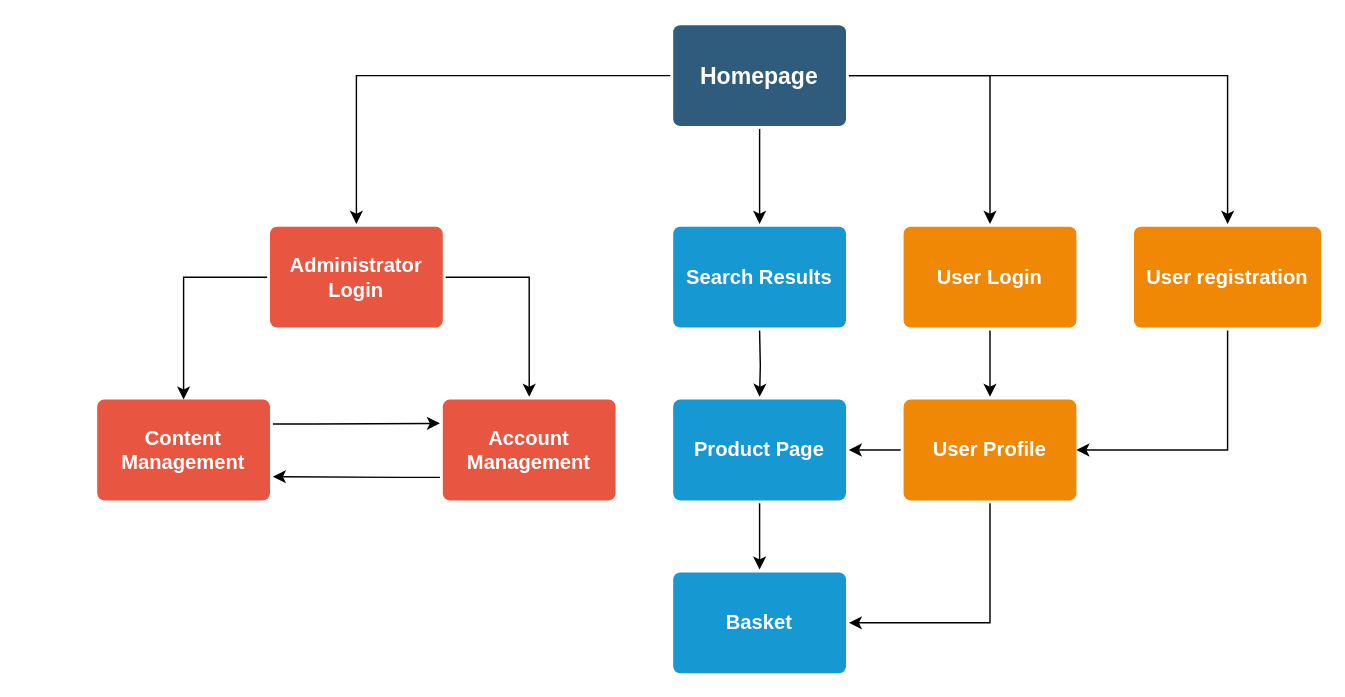
Above: Responsive Web Development/Sitemap.drawio in cogilv25/HND-CS (draw.io), before the change. Source tidied: cells renumbered, new cells numbered last; positions are measured from the earlier drawing's top-left corner, leaving out a move shared by most shapes. Both pictures are drawn from the tidied source at 144%, with x=0, y=0 at pixel (96, 24).
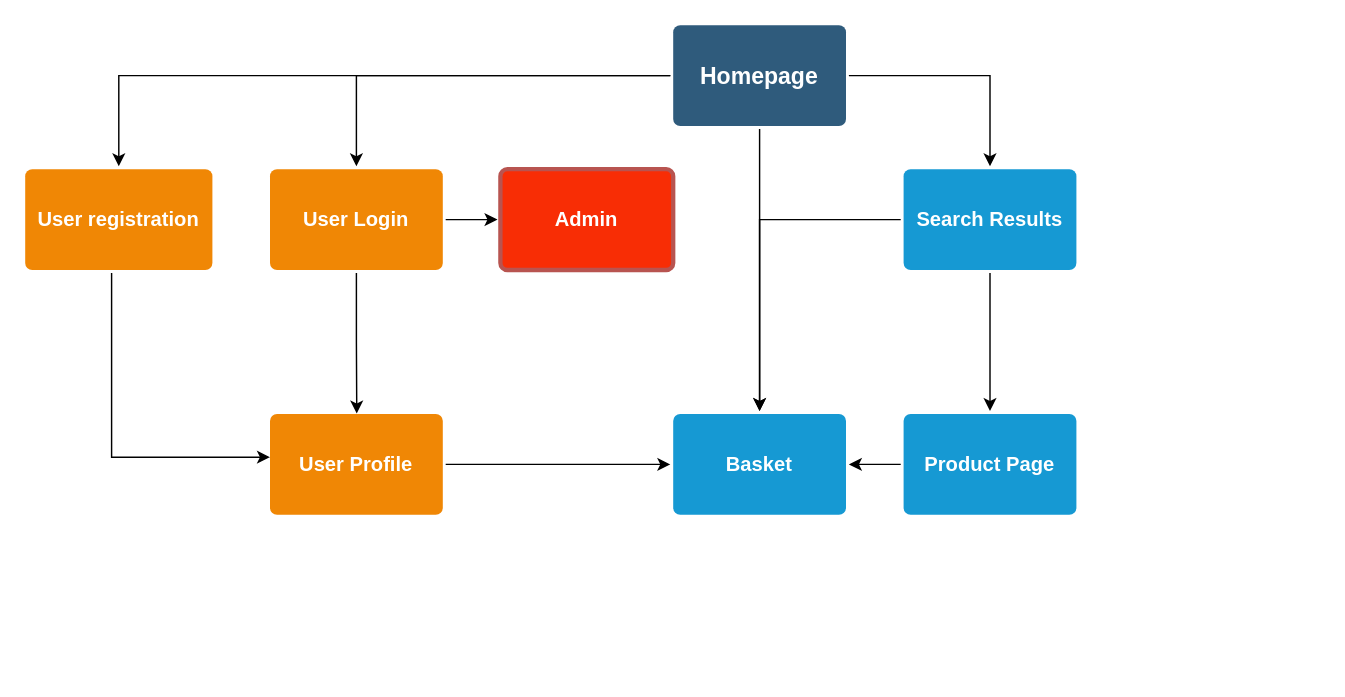
Above is the later version.

Unchanged cells that the change refers to:
```xml
<mxCell id="6" value="Homepage" style="rounded=1;whiteSpace=wrap;html=1;shadow=0;labelBackgroundColor=none;strokeColor=none;strokeWidth=3;fillColor=#2F5B7C;fontFamily=Helvetica;fontSize=16;fontColor=#FFFFFF;align=center;fontStyle=1;spacing=5;arcSize=7;perimeterSpacing=2;" parent="1" vertex="1">
  <mxGeometry x="400" width="120" height="70" as="geometry" />
</mxCell>
```

Diff of the diagram source:
```diff
@@
-    <mxCell id="2" style="edgeStyle=orthogonalEdgeStyle;rounded=0;jettySize=auto;html=1;entryX=0.5;entryY=0;entryDx=0;entryDy=0;" parent="1" edge="1" source="6">
-      <mxGeometry relative="1" as="geometry">
-        <mxPoint x="460" y="138" as="targetPoint" />
-      </mxGeometry>
-    </mxCell>
@@
-    <mxCell id="5" style="edgeStyle=orthogonalEdgeStyle;rounded=0;jettySize=auto;html=1;entryX=0.5;entryY=0;entryDx=0;entryDy=0;" parent="1" edge="1" source="6" target="9">
-      <mxGeometry relative="1" as="geometry" />
-    </mxCell>
+    <mxCell id="26" style="edgeStyle=orthogonalEdgeStyle;rounded=0;jettySize=auto;html=1;entryX=0.5;entryY=0;entryDx=0;entryDy=0;" parent="1" edge="1" source="6" target="16">
+      <mxGeometry relative="1" as="geometry" />
+    </mxCell>
+    <mxCell id="27" style="edgeStyle=orthogonalEdgeStyle;rounded=0;jettySize=auto;html=1;entryX=0.5;entryY=0;entryDx=0;entryDy=0;" parent="1" edge="1" source="6" target="21">
+      <mxGeometry relative="1" as="geometry" />
+    </mxCell>
@@
-    <mxCell id="7" style="edgeStyle=orthogonalEdgeStyle;rounded=0;jettySize=auto;html=1;entryX=0.5;entryY=0.027;entryDx=0;entryDy=0;entryPerimeter=0;" parent="1" edge="1" source="9" target="25">
-      <mxGeometry relative="1" as="geometry">
-        <Array as="points">
-          <mxPoint x="60" y="175" />
-        </Array>
-      </mxGeometry>
-    </mxCell>
-    <mxCell id="8" style="edgeStyle=orthogonalEdgeStyle;rounded=0;jettySize=auto;html=1;entryX=0.5;entryY=0;entryDx=0;entryDy=0;" parent="1" edge="1" source="9" target="23">
-      <mxGeometry relative="1" as="geometry">
-        <Array as="points">
-          <mxPoint x="300" y="175" />
-        </Array>
-      </mxGeometry>
-    </mxCell>
-    <mxCell id="9" value="Administrator Login" style="rounded=1;whiteSpace=wrap;html=1;shadow=0;labelBackgroundColor=none;strokeColor=none;strokeWidth=3;fillColor=#e85642;fontFamily=Helvetica;fontSize=14;fontColor=#FFFFFF;align=center;spacing=5;fontStyle=1;arcSize=7;perimeterSpacing=2;" parent="1" vertex="1">
-      <mxGeometry x="120" y="140" width="120" height="70" as="geometry" />
-    </mxCell>
-    <mxCell id="10" style="edgeStyle=orthogonalEdgeStyle;rounded=0;jettySize=auto;html=1;entryX=1;entryY=0.5;entryDx=0;entryDy=0;" parent="1" edge="1" source="12" target="18">
-      <mxGeometry relative="1" as="geometry" />
-    </mxCell>
-    <mxCell id="11" style="edgeStyle=orthogonalEdgeStyle;rounded=0;jettySize=auto;html=1;entryX=1;entryY=0.5;entryDx=0;entryDy=0;" parent="1" edge="1" source="12" target="16">
-      <mxGeometry relative="1" as="geometry">
-        <Array as="points">
-          <mxPoint x="620" y="415" />
-        </Array>
-      </mxGeometry>
+    <mxCell id="11" style="edgeStyle=orthogonalEdgeStyle;rounded=0;jettySize=auto;html=1;entryX=0;entryY=0.5;entryDx=0;entryDy=0;" parent="1" edge="1" source="12" target="16">
+      <mxGeometry relative="1" as="geometry" />
     </mxCell>
     <mxCell id="12" value="User Profile" style="rounded=1;whiteSpace=wrap;html=1;shadow=0;labelBackgroundColor=none;strokeColor=none;strokeWidth=3;fillColor=#F08705;fontFamily=Helvetica;fontSize=14;fontColor=#FFFFFF;align=center;spacing=5;fontStyle=1;arcSize=7;perimeterSpacing=2;" parent="1" vertex="1">
-      <mxGeometry x="560" y="260" width="120" height="70" as="geometry" />
+      <mxGeometry x="120" y="270" width="120" height="70" as="geometry" />
     </mxCell>
-    <mxCell id="13" style="edgeStyle=orthogonalEdgeStyle;rounded=0;jettySize=auto;html=1;entryX=0.5;entryY=0;entryDx=0;entryDy=0;" parent="1" edge="1" target="18">
-      <mxGeometry relative="1" as="geometry">
-        <mxPoint x="460" y="212" as="sourcePoint" />
-      </mxGeometry>
-    </mxCell>
-    <mxCell id="14" style="edgeStyle=orthogonalEdgeStyle;rounded=0;jettySize=auto;html=1;entryX=0.5;entryY=0;entryDx=0;entryDy=0;" parent="1" edge="1" source="15" target="12">
+    <mxCell id="14" style="edgeStyle=orthogonalEdgeStyle;rounded=0;jettySize=auto;html=1;entryX=0.502;entryY=0.023;entryDx=0;entryDy=0;entryPerimeter=0;" parent="1" edge="1" source="15" target="12">
       <mxGeometry relative="1" as="geometry" />
     </mxCell>
+    <mxCell id="28" style="edgeStyle=orthogonalEdgeStyle;rounded=0;jettySize=auto;html=1;entryX=0;entryY=0.5;entryDx=0;entryDy=0;fontColor=#FFFFFF;" parent="1" edge="1" source="15" target="31">
+      <mxGeometry relative="1" as="geometry" />
+    </mxCell>
     <mxCell id="15" value="User Login" style="rounded=1;whiteSpace=wrap;html=1;shadow=0;labelBackgroundColor=none;strokeColor=none;strokeWidth=3;fillColor=#F08705;fontFamily=Helvetica;fontSize=14;fontColor=#FFFFFF;align=center;spacing=5;fontStyle=1;arcSize=7;perimeterSpacing=2;" parent="1" vertex="1">
-      <mxGeometry x="560" y="140" width="120" height="70" as="geometry" />
+      <mxGeometry x="120" y="100" width="120" height="70" as="geometry" />
     </mxCell>
     <mxCell id="16" value="Basket" style="rounded=1;whiteSpace=wrap;html=1;shadow=0;labelBackgroundColor=none;strokeColor=none;strokeWidth=3;fillColor=#1699d3;fontFamily=Helvetica;fontSize=14;fontColor=#FFFFFF;align=center;spacing=5;fontStyle=1;arcSize=7;perimeterSpacing=2;" parent="1" vertex="1">
-      <mxGeometry x="400" y="380" width="120" height="70" as="geometry" />
+      <mxGeometry x="400" y="270" width="120" height="70" as="geometry" />
     </mxCell>
-    <mxCell id="17" style="edgeStyle=orthogonalEdgeStyle;rounded=0;jettySize=auto;html=1;entryX=0.5;entryY=0;entryDx=0;entryDy=0;" parent="1" edge="1" source="18" target="16">
+    <mxCell id="17" style="edgeStyle=orthogonalEdgeStyle;rounded=0;jettySize=auto;html=1;entryX=1;entryY=0.5;entryDx=0;entryDy=0;" parent="1" edge="1" source="18" target="16">
       <mxGeometry relative="1" as="geometry" />
     </mxCell>
     <mxCell id="18" value="Product Page" style="rounded=1;whiteSpace=wrap;html=1;shadow=0;labelBackgroundColor=none;strokeColor=none;strokeWidth=3;fillColor=#1699d3;fontFamily=Helvetica;fontSize=14;fontColor=#FFFFFF;align=center;spacing=5;fontStyle=1;arcSize=7;perimeterSpacing=2;" parent="1" vertex="1">
-      <mxGeometry x="400" y="260" width="120" height="70" as="geometry" />
+      <mxGeometry x="560" y="270" width="120" height="70" as="geometry" />
     </mxCell>
-    <mxCell id="19" style="edgeStyle=orthogonalEdgeStyle;rounded=0;jettySize=auto;html=1;entryX=0.984;entryY=0.5;entryDx=0;entryDy=0;entryPerimeter=0;" parent="1" edge="1" source="20" target="12">
+    <mxCell id="19" style="edgeStyle=orthogonalEdgeStyle;rounded=0;jettySize=auto;html=1;entryX=0.016;entryY=0.432;entryDx=0;entryDy=0;entryPerimeter=0;" parent="1" edge="1" source="20" target="12">
       <mxGeometry relative="1" as="geometry">
         <Array as="points">
-          <mxPoint x="785" y="295" />
+          <mxPoint x="10" y="300" />
         </Array>
       </mxGeometry>
     </mxCell>
     <mxCell id="20" value="User registration" style="rounded=1;whiteSpace=wrap;html=1;shadow=0;labelBackgroundColor=none;strokeColor=none;strokeWidth=3;fillColor=#F08705;fontFamily=Helvetica;fontSize=14;fontColor=#FFFFFF;align=center;spacing=5;fontStyle=1;arcSize=7;perimeterSpacing=2;" parent="1" vertex="1">
-      <mxGeometry x="720" y="140" width="130" height="70" as="geometry" />
+      <mxGeometry x="-50" y="100" width="130" height="70" as="geometry" />
     </mxCell>
+    <mxCell id="29" style="edgeStyle=orthogonalEdgeStyle;rounded=0;jettySize=auto;html=1;entryX=0.5;entryY=0;entryDx=0;entryDy=0;" parent="1" edge="1" source="21" target="16">
+      <mxGeometry relative="1" as="geometry" />
+    </mxCell>
+    <mxCell id="30" style="edgeStyle=orthogonalEdgeStyle;rounded=0;jettySize=auto;html=1;entryX=0.5;entryY=0;entryDx=0;entryDy=0;" parent="1" edge="1" source="21" target="18">
+      <mxGeometry relative="1" as="geometry" />
+    </mxCell>
     <mxCell id="21" value="Search Results" style="rounded=1;whiteSpace=wrap;html=1;shadow=0;labelBackgroundColor=none;strokeColor=none;strokeWidth=3;fillColor=#1699d3;fontFamily=Helvetica;fontSize=14;fontColor=#FFFFFF;align=center;spacing=5;fontStyle=1;arcSize=7;perimeterSpacing=2;" parent="1" vertex="1">
-      <mxGeometry x="400" y="140" width="120" height="70" as="geometry" />
+      <mxGeometry x="560" y="100" width="120" height="70" as="geometry" />
     </mxCell>
-    <mxCell id="22" style="edgeStyle=orthogonalEdgeStyle;rounded=0;jettySize=auto;html=1;entryX=1;entryY=0.75;entryDx=0;entryDy=0;" parent="1" edge="1" source="23" target="25">
-      <mxGeometry relative="1" as="geometry">
-        <Array as="points">
-          <mxPoint x="210" y="314" />
-          <mxPoint x="210" y="314" />
-        </Array>
-      </mxGeometry>
-    </mxCell>
-    <mxCell id="23" value="Account Management" style="rounded=1;whiteSpace=wrap;html=1;shadow=0;labelBackgroundColor=none;strokeColor=none;strokeWidth=3;fillColor=#e85642;fontFamily=Helvetica;fontSize=14;fontColor=#FFFFFF;align=center;spacing=5;fontStyle=1;arcSize=7;perimeterSpacing=2;" parent="1" vertex="1">
-      <mxGeometry x="240" y="260" width="120" height="70" as="geometry" />
-    </mxCell>
-    <mxCell id="24" style="edgeStyle=orthogonalEdgeStyle;rounded=0;jettySize=auto;html=1;entryX=0;entryY=0.25;entryDx=0;entryDy=0;" parent="1" edge="1" source="25" target="23">
-      <mxGeometry relative="1" as="geometry">
-        <Array as="points">
-          <mxPoint x="150" y="277" />
-          <mxPoint x="150" y="277" />
-        </Array>
-      </mxGeometry>
-    </mxCell>
-    <mxCell id="25" value="Content Management" style="rounded=1;whiteSpace=wrap;html=1;shadow=0;labelBackgroundColor=none;strokeColor=none;strokeWidth=3;fillColor=#e85642;fontFamily=Helvetica;fontSize=14;fontColor=#FFFFFF;align=center;spacing=5;fontStyle=1;arcSize=7;perimeterSpacing=2;" parent="1" vertex="1">
-      <mxGeometry y="260" width="120" height="70" as="geometry" />
-    </mxCell>
+    <mxCell id="31" value="&lt;font color=&quot;#ffffff&quot;&gt;Admin&lt;/font&gt;" style="rounded=1;whiteSpace=wrap;html=1;shadow=0;labelBackgroundColor=none;strokeColor=#b85450;strokeWidth=3;fillColor=#F82D05;fontFamily=Helvetica;fontSize=14;align=center;spacing=5;fontStyle=1;arcSize=7;perimeterSpacing=2;" parent="1" vertex="1">
+      <mxGeometry x="280" y="100" width="120" height="70" as="geometry" />
+    </mxCell>
```
